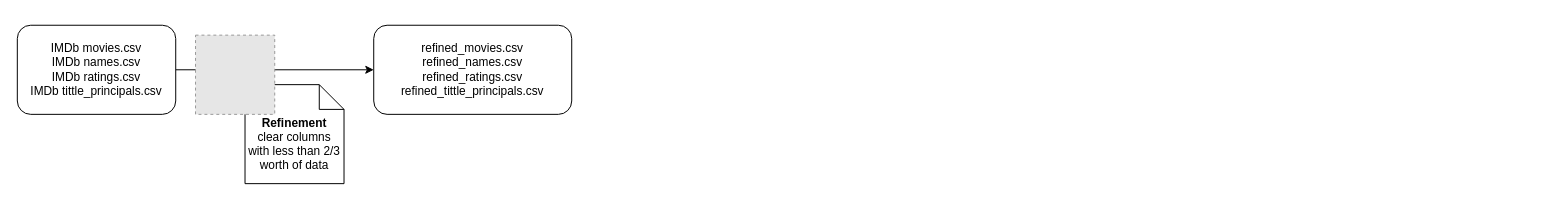
This is pipeline.drawio from goncaloacteixeira/feup-pri, a draw.io file, before an edit. Source tidied: cells renumbered, new cells numbered last; positions are measured from the earlier drawing's top-left corner, leaving out a move shared by most shapes. Both pictures are drawn from the tidied source at 99%, with x=0, y=0 at pixel (17, 25). Pictures stored in the file or linked from it are replaced by grey dashed boxes.
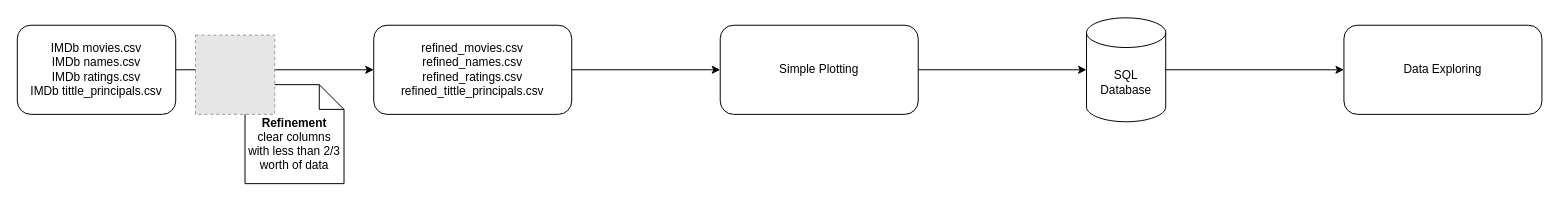
After the change.

What changed in the source:
```diff
@@
 <mxGraphModel>
   <root>
     <mxCell id="0" />
     <mxCell id="1" parent="0" />
     <mxCell id="2" style="edgeStyle=orthogonalEdgeStyle;rounded=0;jettySize=auto;html=1;entryX=0;entryY=0.5;entryDx=0;entryDy=0;" parent="1" edge="1" source="3" target="6">
       <mxGeometry relative="1" as="geometry" />
     </mxCell>
     <mxCell id="3" value="IMDb movies.csv&lt;br&gt;IMDb names.csv&lt;br&gt;IMDb ratings.csv&lt;br&gt;IMDb tittle_principals.csv" style="rounded=1;whiteSpace=wrap;html=1;" parent="1" vertex="1">
       <mxGeometry width="160" height="90" as="geometry" />
     </mxCell>
     <mxCell id="4" value="&lt;b&gt;Refinement&lt;br&gt;&lt;/b&gt;clear columns with less than 2/3 worth of data" style="shape=note2;boundedLbl=1;whiteSpace=wrap;html=1;size=25;verticalAlign=top;align=center;" parent="1" vertex="1">
       <mxGeometry x="230" y="60" width="100" height="100" as="geometry" />
     </mxCell>
     <mxCell id="5" style="fillColor=#E6E6E6;strokeColor=#999999;dashed=1;html=1;verticalAlign=top;verticalLabelPosition=bottom;labelBackgroundColor=#ffffff;" parent="1" vertex="1">
       <mxGeometry x="180" y="10" width="80" height="80" as="geometry" />
     </mxCell>
+    <mxCell id="7" style="edgeStyle=orthogonalEdgeStyle;rounded=0;jettySize=auto;html=1;entryX=0;entryY=0.5;entryDx=0;entryDy=0;" parent="1" edge="1" source="6" target="9">
+      <mxGeometry relative="1" as="geometry" />
+    </mxCell>
     <mxCell id="6" value="refined_movies.csv&lt;br&gt;refined_names.csv&lt;br&gt;refined_ratings.csv&lt;br&gt;refined_tittle_principals.csv" style="rounded=1;whiteSpace=wrap;html=1;" parent="1" vertex="1">
       <mxGeometry x="360" width="200" height="90" as="geometry" />
     </mxCell>
+    <mxCell id="8" style="edgeStyle=orthogonalEdgeStyle;rounded=0;jettySize=auto;html=1;entryX=0;entryY=0.5;entryDx=0;entryDy=0;entryPerimeter=0;" parent="1" edge="1" source="9" target="11">
+      <mxGeometry relative="1" as="geometry" />
+    </mxCell>
+    <mxCell id="9" value="Simple Plotting" style="rounded=1;whiteSpace=wrap;html=1;" parent="1" vertex="1">
+      <mxGeometry x="710" width="200" height="90" as="geometry" />
+    </mxCell>
+    <mxCell id="10" style="edgeStyle=orthogonalEdgeStyle;rounded=0;jettySize=auto;html=1;entryX=0;entryY=0.5;entryDx=0;entryDy=0;" parent="1" edge="1" source="11" target="12">
+      <mxGeometry relative="1" as="geometry" />
+    </mxCell>
+    <mxCell id="11" value="SQL Database" style="shape=cylinder3;whiteSpace=wrap;html=1;boundedLbl=1;backgroundOutline=1;size=15;" parent="1" vertex="1">
+      <mxGeometry x="1080" y="-7.5" width="80" height="105" as="geometry" />
+    </mxCell>
+    <mxCell id="12" value="Data Exploring" style="rounded=1;whiteSpace=wrap;html=1;" parent="1" vertex="1">
+      <mxGeometry x="1340" width="200" height="90" as="geometry" />
+    </mxCell>
   </root>
 </mxGraphModel>
```
